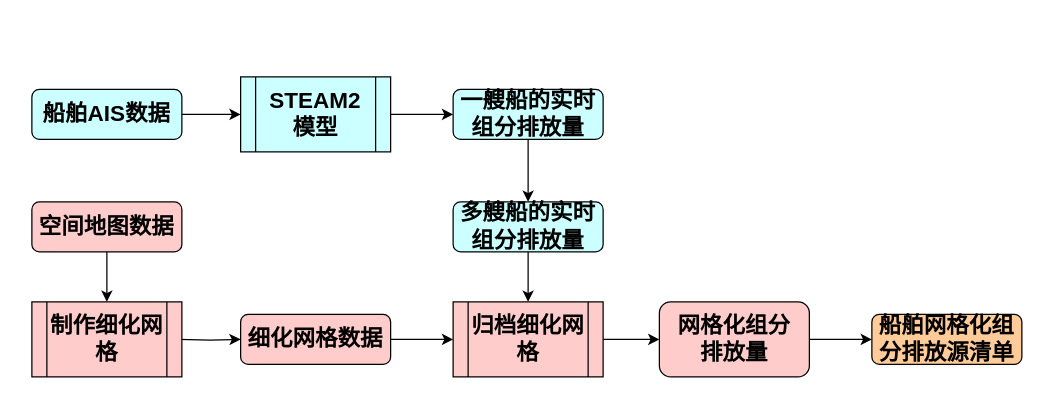
Above: 船舶排放清单.drawio in WienWong/Misc (draw.io), before the change. Source tidied: cells renumbered, new cells numbered last; positions are measured from the earlier drawing's top-left corner, leaving out a move shared by most shapes. Both pictures are drawn from the tidied source at 125%, with x=0, y=0 at pixel (31, 76).
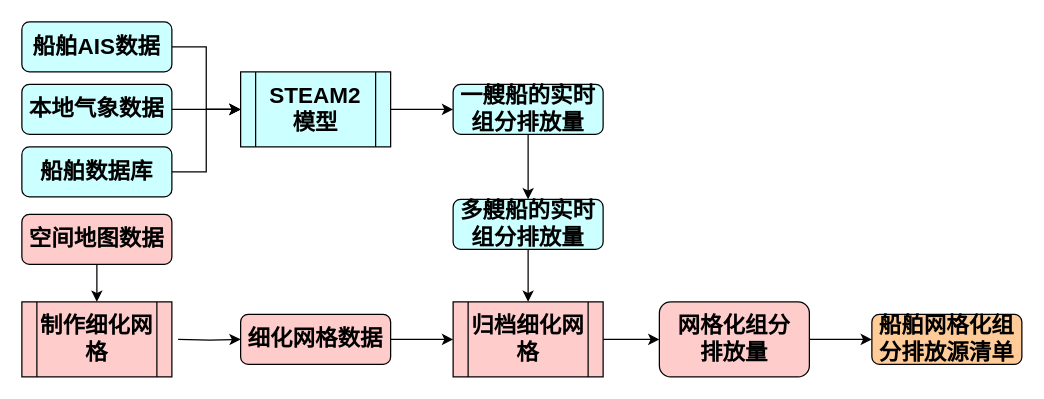
Above is the later version.

Commit message:
Update 船舶排放清单.drawio

Change to the diagram source:
```diff
@@
-    <mxCell id="3" style="edgeStyle=orthogonalEdgeStyle;rounded=0;jettySize=auto;html=1;exitX=0.5;exitY=1;exitDx=0;exitDy=0;entryX=0.5;entryY=0;entryDx=0;entryDy=0;" parent="1" edge="1" source="4" target="9">
+    <mxCell id="3" style="edgeStyle=orthogonalEdgeStyle;rounded=0;jettySize=auto;html=1;exitX=0.5;exitY=1;exitDx=0;exitDy=0;" parent="1" edge="1" source="4" target="9">
       <mxGeometry relative="1" as="geometry" />
     </mxCell>
     <mxCell id="4" value="&lt;font style=&quot;font-size: 18px&quot;&gt;&lt;b&gt;一艘船的实时组分排放量&lt;/b&gt;&lt;/font&gt;" style="rounded=1;whiteSpace=wrap;html=1;fontSize=12;glass=0;strokeWidth=1;shadow=0;fillColor=#CCFFFF;" parent="1" vertex="1">
-      <mxGeometry x="337" y="10" width="120" height="40" as="geometry" />
+      <mxGeometry x="337" y="6" width="120" height="40" as="geometry" />
     </mxCell>
@@
     <mxCell id="9" value="&lt;font style=&quot;font-size: 18px&quot;&gt;&lt;b&gt;多艘船的实时组分排放量&lt;/b&gt;&lt;/font&gt;" style="rounded=1;whiteSpace=wrap;html=1;fontSize=12;glass=0;strokeWidth=1;shadow=0;fillColor=#CCFFFF;" parent="1" vertex="1">
-      <mxGeometry x="337" y="100" width="120" height="40" as="geometry" />
+      <mxGeometry x="337" y="98" width="120" height="40" as="geometry" />
     </mxCell>
@@
     <mxCell id="11" value="&lt;font style=&quot;font-size: 18px&quot;&gt;&lt;b&gt;船舶AIS数据&lt;/b&gt;&lt;/font&gt;" style="rounded=1;whiteSpace=wrap;html=1;fontSize=12;glass=0;strokeWidth=1;shadow=0;fillColor=#CCFFFF;" parent="1" vertex="1">
-      <mxGeometry y="10" width="120" height="40" as="geometry" />
+      <mxGeometry x="-8" y="-44" width="120" height="40" as="geometry" />
     </mxCell>
     <mxCell id="12" value="&lt;font style=&quot;font-size: 18px&quot;&gt;&lt;b&gt;制作细化网格&lt;/b&gt;&lt;/font&gt;" style="shape=process;whiteSpace=wrap;html=1;backgroundOutline=1;fillColor=#FFCCCC;" parent="1" vertex="1">
-      <mxGeometry y="180" width="120" height="60" as="geometry" />
+      <mxGeometry x="-8" y="180" width="120" height="60" as="geometry" />
     </mxCell>
@@
     <mxCell id="14" value="&lt;font style=&quot;font-size: 18px&quot;&gt;&lt;b&gt;空间地图数据&lt;/b&gt;&lt;/font&gt;" style="rounded=1;whiteSpace=wrap;html=1;fontSize=12;glass=0;strokeWidth=1;shadow=0;fillColor=#FFCCCC;" parent="1" vertex="1">
-      <mxGeometry y="100" width="120" height="40" as="geometry" />
+      <mxGeometry x="-8" y="110" width="120" height="40" as="geometry" />
     </mxCell>
@@
     <mxCell id="16" value="&lt;b style=&quot;font-size: 18px&quot;&gt;STEAM2&lt;br&gt;模型&lt;/b&gt;" style="shape=process;whiteSpace=wrap;html=1;backgroundOutline=1;fillColor=#CCFFFF;" parent="1" vertex="1">
-      <mxGeometry x="167" width="120" height="60" as="geometry" />
+      <mxGeometry x="167" y="-4" width="120" height="60" as="geometry" />
     </mxCell>
@@
+    <mxCell id="21" style="edgeStyle=orthogonalEdgeStyle;rounded=0;jettySize=auto;html=1;exitX=1;exitY=0.5;exitDx=0;exitDy=0;entryX=0;entryY=0.5;entryDx=0;entryDy=0;" parent="1" edge="1" source="22" target="16">
+      <mxGeometry relative="1" as="geometry" />
+    </mxCell>
+    <mxCell id="22" value="&lt;font style=&quot;font-size: 18px&quot;&gt;&lt;b&gt;本地气象数据&lt;/b&gt;&lt;/font&gt;" style="rounded=1;whiteSpace=wrap;html=1;fontSize=12;glass=0;strokeWidth=1;shadow=0;fillColor=#CCFFFF;" parent="1" vertex="1">
+      <mxGeometry x="-8" y="6" width="120" height="40" as="geometry" />
+    </mxCell>
+    <mxCell id="23" style="edgeStyle=orthogonalEdgeStyle;rounded=0;jettySize=auto;html=1;exitX=1;exitY=0.5;exitDx=0;exitDy=0;entryX=0;entryY=0.5;entryDx=0;entryDy=0;" parent="1" edge="1" source="24" target="16">
+      <mxGeometry relative="1" as="geometry" />
+    </mxCell>
+    <mxCell id="24" value="&lt;font style=&quot;font-size: 18px&quot;&gt;&lt;b&gt;船舶数据库&lt;/b&gt;&lt;/font&gt;" style="rounded=1;whiteSpace=wrap;html=1;fontSize=12;glass=0;strokeWidth=1;shadow=0;fillColor=#CCFFFF;" parent="1" vertex="1">
+      <mxGeometry x="-8" y="56" width="120" height="40" as="geometry" />
+    </mxCell>
```
